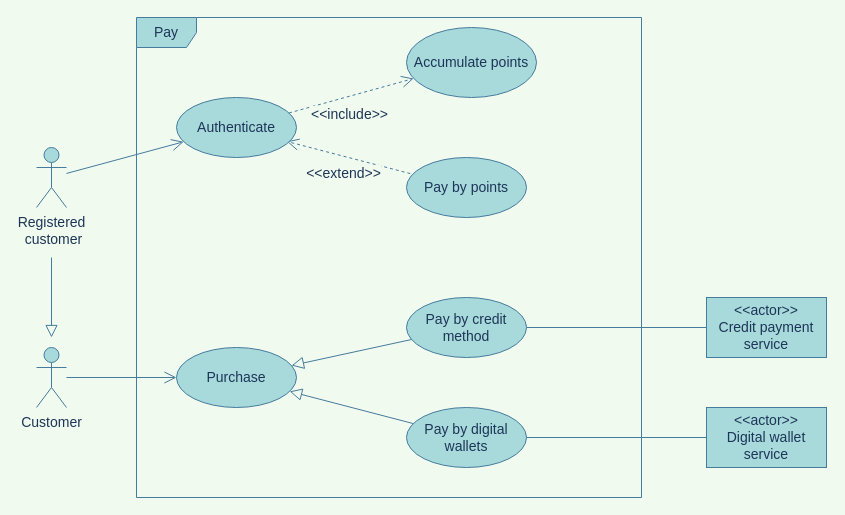
Above: requirements/use cases/Payment.drawio in thanhtoan1742/OWCA_POS (draw.io), before the change. Source tidied: cells renumbered, new cells numbered last; positions are measured from the earlier drawing's top-left corner, leaving out a move shared by most shapes. Both pictures are drawn from the tidied source at 100%, with x=0, y=0 at pixel (36, 17).
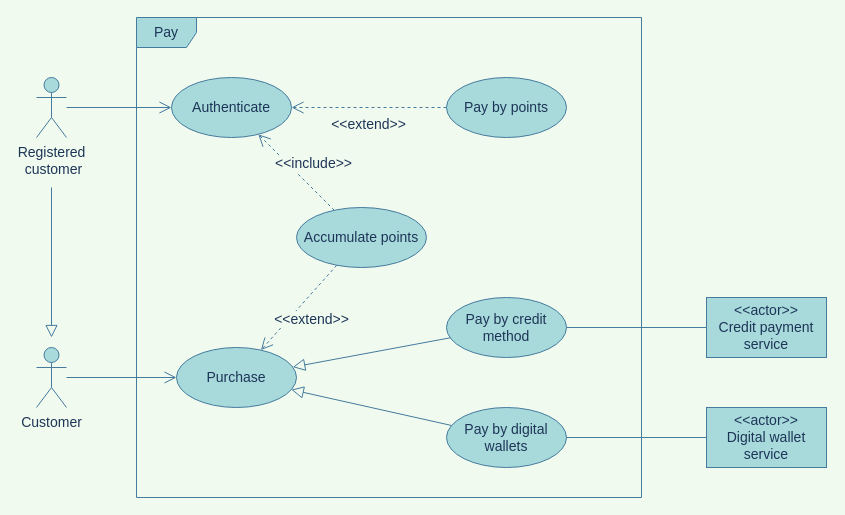
Above is the later version.

Unchanged cells that the change refers to:
```xml
<mxCell id="12" value="Purchase" style="ellipse;whiteSpace=wrap;html=1;rounded=0;fontColor=#1D3557;verticalAlign=middle;strokeColor=#457B9D;fillColor=#A8DADC;sketch=0;fontSize=14;" parent="1" vertex="1">
  <mxGeometry x="140" y="330" width="120" height="60" as="geometry" />
</mxCell>
```

What changed in the source:
```diff
@@
     <mxCell id="4" value="Registered&lt;br style=&quot;font-size: 14px;&quot;&gt;&amp;nbsp;customer" style="shape=umlActor;verticalLabelPosition=bottom;verticalAlign=top;html=1;outlineConnect=0;rounded=0;sketch=0;fontColor=#1D3557;strokeColor=#457B9D;fillColor=#A8DADC;fontSize=14;" parent="1" vertex="1">
-      <mxGeometry y="130" width="30" height="60" as="geometry" />
+      <mxGeometry y="60" width="30" height="60" as="geometry" />
     </mxCell>
@@
-    <mxCell id="7" value="&amp;lt;&amp;lt;extend&amp;gt;&amp;gt;" style="edgeStyle=none;rounded=0;orthogonalLoop=1;jettySize=auto;html=1;dashed=1;startArrow=none;startFill=0;endArrow=open;endFill=0;strokeColor=#457B9D;labelBackgroundColor=#F1FAEE;fontColor=#1D3557;endSize=10;startSize=6;fontSize=14;" parent="1" edge="1">
-      <mxGeometry x="0.01" y="17" relative="1" as="geometry">
-        <mxPoint x="373.8" y="156.1" as="sourcePoint" />
-        <mxPoint x="250.2" y="123.9" as="targetPoint" />
-      </mxGeometry>
+    <mxCell id="7" value="&amp;lt;&amp;lt;extend&amp;gt;&amp;gt;" style="edgeStyle=none;rounded=0;jettySize=auto;html=1;dashed=1;startArrow=none;startFill=0;endArrow=open;endFill=0;strokeColor=#457B9D;labelBackgroundColor=#F1FAEE;fontColor=#1D3557;endSize=10;startSize=6;fontSize=14;" parent="1" edge="1" source="19" target="8">
+      <mxGeometry x="0.01" y="17" relative="1" as="geometry" />
     </mxCell>
     <mxCell id="8" value="Authenticate" style="ellipse;whiteSpace=wrap;html=1;rounded=0;fontSize=14;fontColor=#1D3557;strokeColor=#457B9D;fillColor=#A8DADC;sketch=0;" parent="1" vertex="1">
-      <mxGeometry x="140" y="80" width="120" height="60" as="geometry" />
+      <mxGeometry x="135" y="60" width="120" height="60" as="geometry" />
     </mxCell>
-    <mxCell id="9" value="&amp;lt;&amp;lt;include&amp;gt;&amp;gt;" style="edgeStyle=none;rounded=0;jettySize=auto;html=1;dashed=1;startArrow=none;startFill=0;endArrow=open;endFill=0;strokeColor=#457B9D;fontColor=#1D3557;labelBackgroundColor=#F1FAEE;endSize=10;fontSize=14;" parent="1" edge="1" source="8" target="10">
+    <mxCell id="9" value="&amp;lt;&amp;lt;include&amp;gt;&amp;gt;" style="edgeStyle=none;rounded=0;jettySize=auto;html=1;dashed=1;startArrow=none;startFill=0;endArrow=open;endFill=0;strokeColor=#457B9D;fontColor=#1D3557;labelBackgroundColor=#F1FAEE;endSize=10;fontSize=14;" parent="1" edge="1" source="10" target="8">
       <mxGeometry x="-0.11" y="-18" relative="1" as="geometry" />
     </mxCell>
     <mxCell id="10" value="Accumulate points" style="ellipse;whiteSpace=wrap;html=1;rounded=0;fontSize=14;fontColor=#1D3557;strokeColor=#457B9D;fillColor=#A8DADC;sketch=0;" parent="1" vertex="1">
-      <mxGeometry x="370" y="10" width="130" height="70" as="geometry" />
+      <mxGeometry x="260" y="190" width="130" height="60" as="geometry" />
     </mxCell>
@@
     <mxCell id="15" value="Pay by credit method" style="ellipse;whiteSpace=wrap;html=1;rounded=0;fontSize=14;fontColor=#1D3557;strokeColor=#457B9D;fillColor=#A8DADC;sketch=0;" parent="1" vertex="1">
-      <mxGeometry x="370" y="280" width="120" height="60" as="geometry" />
+      <mxGeometry x="410" y="280" width="120" height="60" as="geometry" />
     </mxCell>
@@
     <mxCell id="18" value="Pay by digital wallets" style="ellipse;whiteSpace=wrap;html=1;rounded=0;fontSize=14;fontColor=#1D3557;strokeColor=#457B9D;fillColor=#A8DADC;sketch=0;" parent="1" vertex="1">
-      <mxGeometry x="370" y="390" width="120" height="60" as="geometry" />
+      <mxGeometry x="410" y="390" width="120" height="60" as="geometry" />
     </mxCell>
     <mxCell id="19" value="Pay by points" style="ellipse;whiteSpace=wrap;html=1;rounded=0;fontSize=14;fontColor=#1D3557;strokeColor=#457B9D;fillColor=#A8DADC;sketch=0;" parent="1" vertex="1">
-      <mxGeometry x="370" y="140" width="120" height="60" as="geometry" />
+      <mxGeometry x="410" y="60" width="120" height="60" as="geometry" />
     </mxCell>
@@
+    <mxCell id="24" value="&amp;lt;&amp;lt;extend&amp;gt;&amp;gt;" style="edgeStyle=none;rounded=0;jettySize=auto;html=1;dashed=1;startArrow=none;startFill=0;endArrow=open;endFill=0;strokeColor=#457B9D;labelBackgroundColor=#F1FAEE;fontColor=#1D3557;endSize=10;startSize=6;fontSize=14;" parent="1" edge="1" source="10" target="12">
+      <mxGeometry x="0.01" y="17" relative="1" as="geometry" />
+    </mxCell>
```
